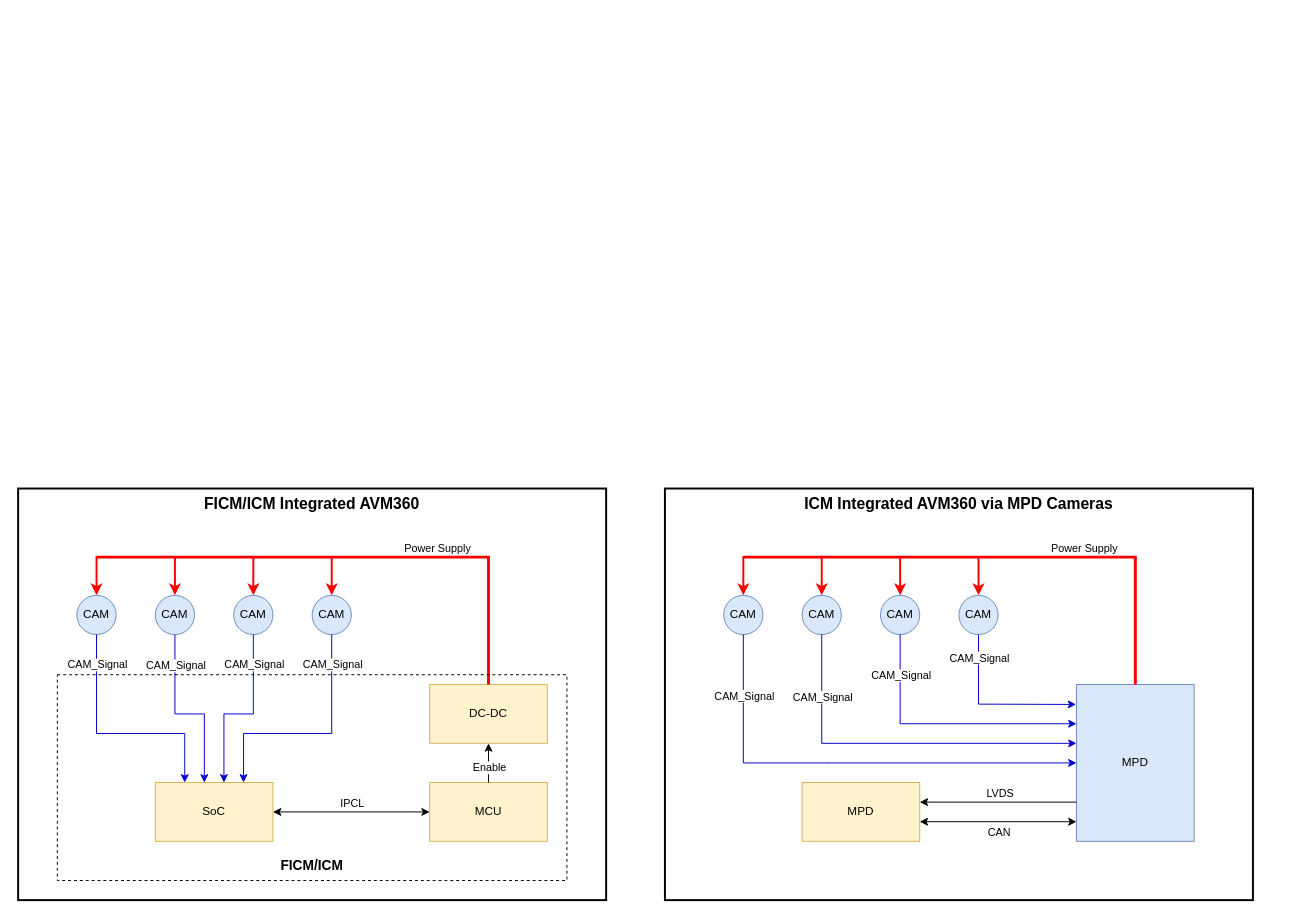
Earlier version of the draw.io diagram res/drawio/ic_avm_camera_pm_hw.drawio (luojun6/ic_jupyter_widgets). Source tidied: cells renumbered, new cells numbered last; positions are measured from the earlier drawing's top-left corner, leaving out a move shared by most shapes. Both pictures are drawn from the tidied source at 98%, with x=0, y=0 at pixel (18, 488).
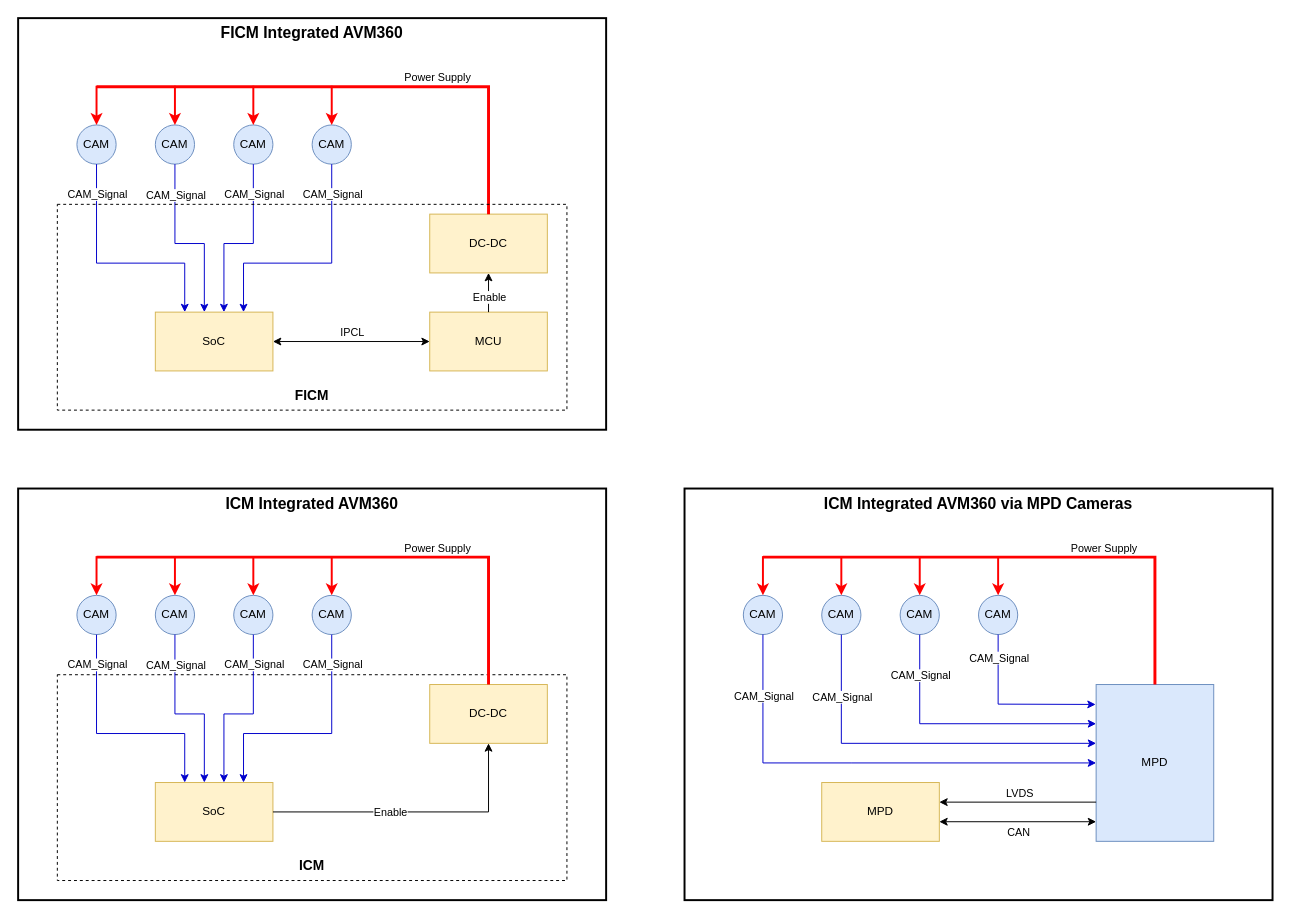
The same page after the edit.

Unchanged cells that the change refers to:
```xml
<mxCell id="4" value="SoC" style="rounded=0;whiteSpace=wrap;html=1;fillColor=#fff2cc;strokeColor=#d6b656;" parent="1" vertex="1">
  <mxGeometry x="140" y="300" width="120" height="60" as="geometry" />
</mxCell>
<mxCell id="6" value="DC-DC" style="rounded=0;whiteSpace=wrap;html=1;fillColor=#fff2cc;strokeColor=#d6b656;" parent="1" vertex="1">
  <mxGeometry x="420" y="200" width="120" height="60" as="geometry" />
</mxCell>
```

What changed in the source:
```diff
@@
+    <mxCell id="29" style="rounded=0;whiteSpace=wrap;html=1;fillColor=none;glass=0;dashed=1;" parent="1" vertex="1">
+      <mxGeometry x="40" y="190" width="520" height="210" as="geometry" />
+    </mxCell>
+    <mxCell id="31" value="ICM" style="text;strokeColor=none;align=center;fillColor=none;html=1;verticalAlign=middle;whiteSpace=wrap;rounded=0;strokeWidth=1;fontSize=14;fontStyle=1;" parent="1" vertex="1">
+      <mxGeometry x="40" y="370" width="520" height="30" as="geometry" />
+    </mxCell>
     <mxCell id="2" style="rounded=0;whiteSpace=wrap;html=1;fillColor=none;glass=0;strokeWidth=2;" parent="1" vertex="1">
-      <mxGeometry x="660" width="600" height="420" as="geometry" />
+      <mxGeometry x="680" width="600" height="420" as="geometry" />
     </mxCell>
@@
-    <mxCell id="5" value="MCU" style="rounded=0;whiteSpace=wrap;html=1;fillColor=#fff2cc;strokeColor=#d6b656;" parent="1" vertex="1">
-      <mxGeometry x="420" y="300" width="120" height="60" as="geometry" />
-    </mxCell>
@@
-    <mxCell id="11" style="endArrow=classic;html=1;rounded=0;exitX=0.5;exitY=0;exitDx=0;exitDy=0;entryX=0.5;entryY=1;entryDx=0;entryDy=0;" parent="1" edge="1" source="5" target="6">
-      <mxGeometry relative="1" as="geometry" />
+    <mxCell id="11" style="endArrow=classic;html=1;rounded=0;exitX=1;exitY=0.5;exitDx=0;exitDy=0;entryX=0.5;entryY=1;entryDx=0;entryDy=0;" parent="1" edge="1" source="4" target="6">
+      <mxGeometry relative="1" as="geometry">
+        <Array as="points">
+          <mxPoint x="480" y="330" />
+        </Array>
+      </mxGeometry>
     </mxCell>
     <mxCell id="12" value="Enable" style="edgeLabel;html=1;align=center;verticalAlign=middle;" parent="11" vertex="1">
       <mxGeometry x="-0.2" y="3" relative="1" as="geometry">
-        <mxPoint x="3" as="offset" />
+        <mxPoint x="3" y="3" as="offset" />
       </mxGeometry>
     </mxCell>
@@
-    <mxCell id="19" style="endArrow=classic;startArrow=classic;html=1;rounded=0;exitX=1;exitY=0.5;exitDx=0;exitDy=0;entryX=0;entryY=0.5;entryDx=0;entryDy=0;" parent="1" edge="1" source="4" target="5">
-      <mxGeometry relative="1" as="geometry" />
-    </mxCell>
-    <mxCell id="20" value="IPCL" style="edgeLabel;html=1;align=center;verticalAlign=middle;" parent="19" vertex="1">
-      <mxGeometry x="0.28" y="1" relative="1" as="geometry">
-        <mxPoint x="-22" y="-9" as="offset" />
-      </mxGeometry>
-    </mxCell>
@@
-    <mxCell id="29" style="rounded=0;whiteSpace=wrap;html=1;fillColor=none;glass=0;dashed=1;" parent="1" vertex="1">
-      <mxGeometry x="40" y="190" width="520" height="210" as="geometry" />
-    </mxCell>
-    <mxCell id="30" value="FICM/ICM Integrated AVM360" style="text;strokeColor=none;align=center;fillColor=none;html=1;verticalAlign=middle;whiteSpace=wrap;rounded=0;fontSize=16;fontStyle=1;" parent="1" vertex="1">
+    <mxCell id="30" value="ICM Integrated AVM360" style="text;strokeColor=none;align=center;fillColor=none;html=1;verticalAlign=middle;whiteSpace=wrap;rounded=0;fontSize=16;fontStyle=1;" parent="1" vertex="1">
       <mxGeometry width="600" height="30" as="geometry" />
     </mxCell>
-    <mxCell id="31" value="FICM/ICM" style="text;strokeColor=none;align=center;fillColor=none;html=1;verticalAlign=middle;whiteSpace=wrap;rounded=0;strokeWidth=1;fontSize=14;fontStyle=1;" parent="1" vertex="1">
-      <mxGeometry x="40" y="370" width="520" height="30" as="geometry" />
-    </mxCell>
     <mxCell id="32" value="MPD" style="rounded=0;whiteSpace=wrap;html=1;fillColor=#fff2cc;strokeColor=#d6b656;" parent="1" vertex="1">
-      <mxGeometry x="800" y="300" width="120" height="60" as="geometry" />
+      <mxGeometry x="820" y="300" width="120" height="60" as="geometry" />
     </mxCell>
     <mxCell id="33" value="MPD" style="rounded=0;whiteSpace=wrap;html=1;fillColor=#dae8fc;strokeColor=#6c8ebf;" parent="1" vertex="1">
-      <mxGeometry x="1080" y="200" width="120" height="160" as="geometry" />
+      <mxGeometry x="1100" y="200" width="120" height="160" as="geometry" />
     </mxCell>
     <mxCell id="34" value="CAM" style="ellipse;whiteSpace=wrap;html=1;fillColor=#dae8fc;strokeColor=#6c8ebf;" parent="1" vertex="1">
-      <mxGeometry x="960" y="109" width="40" height="40" as="geometry" />
+      <mxGeometry x="980" y="109" width="40" height="40" as="geometry" />
     </mxCell>
     <mxCell id="35" value="CAM" style="ellipse;whiteSpace=wrap;html=1;fillColor=#dae8fc;strokeColor=#6c8ebf;" parent="1" vertex="1">
-      <mxGeometry x="880" y="109" width="40" height="40" as="geometry" />
+      <mxGeometry x="900" y="109" width="40" height="40" as="geometry" />
     </mxCell>
     <mxCell id="36" value="CAM" style="ellipse;whiteSpace=wrap;html=1;fillColor=#dae8fc;strokeColor=#6c8ebf;" parent="1" vertex="1">
-      <mxGeometry x="800" y="109" width="40" height="40" as="geometry" />
+      <mxGeometry x="820" y="109" width="40" height="40" as="geometry" />
     </mxCell>
     <mxCell id="37" value="CAM" style="ellipse;whiteSpace=wrap;html=1;fillColor=#dae8fc;strokeColor=#6c8ebf;" parent="1" vertex="1">
-      <mxGeometry x="720" y="109" width="40" height="40" as="geometry" />
+      <mxGeometry x="740" y="109" width="40" height="40" as="geometry" />
     </mxCell>
     <mxCell id="38" style="endArrow=none;html=1;rounded=0;entryX=0.5;entryY=0;entryDx=0;entryDy=0;strokeColor=#FF0000;strokeWidth=3;" parent="1" edge="1" target="33">
       <mxGeometry relative="1" as="geometry">
-        <mxPoint x="740" y="70" as="sourcePoint" />
+        <mxPoint x="760" y="70" as="sourcePoint" />
         <Array as="points">
-          <mxPoint x="1140" y="70" />
+          <mxPoint x="1160" y="70" />
         </Array>
       </mxGeometry>
     </mxCell>
@@
     <mxCell id="40" style="endArrow=classic;html=1;rounded=0;entryX=0.5;entryY=0;entryDx=0;entryDy=0;strokeColor=#FF0000;strokeWidth=2;" parent="1" edge="1" target="37">
       <mxGeometry relative="1" as="geometry">
-        <mxPoint x="740" y="69" as="sourcePoint" />
+        <mxPoint x="760" y="69" as="sourcePoint" />
       </mxGeometry>
     </mxCell>
     <mxCell id="41" style="endArrow=classic;html=1;rounded=0;entryX=0.5;entryY=0;entryDx=0;entryDy=0;strokeColor=#FF0000;strokeWidth=2;" parent="1" edge="1">
       <mxGeometry relative="1" as="geometry">
-        <mxPoint x="820" y="69" as="sourcePoint" />
-        <mxPoint x="820" y="109" as="targetPoint" />
+        <mxPoint x="840" y="69" as="sourcePoint" />
+        <mxPoint x="840" y="109" as="targetPoint" />
       </mxGeometry>
     </mxCell>
     <mxCell id="42" style="endArrow=classic;html=1;rounded=0;entryX=0.5;entryY=0;entryDx=0;entryDy=0;strokeColor=#FF0000;strokeWidth=2;" parent="1" edge="1">
       <mxGeometry relative="1" as="geometry">
-        <mxPoint x="900" y="69" as="sourcePoint" />
-        <mxPoint x="900" y="109" as="targetPoint" />
+        <mxPoint x="920" y="69" as="sourcePoint" />
+        <mxPoint x="920" y="109" as="targetPoint" />
       </mxGeometry>
     </mxCell>
     <mxCell id="43" style="endArrow=classic;html=1;rounded=0;entryX=0.5;entryY=0;entryDx=0;entryDy=0;strokeColor=#FF0000;strokeWidth=2;" parent="1" edge="1">
       <mxGeometry relative="1" as="geometry">
-        <mxPoint x="980" y="69" as="sourcePoint" />
-        <mxPoint x="980" y="109" as="targetPoint" />
+        <mxPoint x="1000" y="69" as="sourcePoint" />
+        <mxPoint x="1000" y="109" as="targetPoint" />
       </mxGeometry>
     </mxCell>
     <mxCell id="44" style="endArrow=classic;startArrow=classic;html=1;rounded=0;exitX=1;exitY=0.5;exitDx=0;exitDy=0;entryX=0;entryY=0.5;entryDx=0;entryDy=0;" parent="1" edge="1">
       <mxGeometry relative="1" as="geometry">
-        <mxPoint x="920" y="340" as="sourcePoint" />
-        <mxPoint x="1080" y="340" as="targetPoint" />
+        <mxPoint x="940" y="340" as="sourcePoint" />
+        <mxPoint x="1100" y="340" as="targetPoint" />
       </mxGeometry>
     </mxCell>
@@
     <mxCell id="46" style="endArrow=classic;html=1;rounded=0;exitX=0.5;exitY=1;exitDx=0;exitDy=0;strokeColor=#0000CC;entryX=0;entryY=0.25;entryDx=0;entryDy=0;" parent="1" edge="1" source="35" target="33">
       <mxGeometry relative="1" as="geometry">
         <Array as="points">
-          <mxPoint x="900" y="240" />
+          <mxPoint x="920" y="240" />
         </Array>
       </mxGeometry>
     </mxCell>
@@
     <mxCell id="48" style="endArrow=classic;html=1;rounded=0;exitX=0.5;exitY=1;exitDx=0;exitDy=0;entryX=-0.004;entryY=0.127;entryDx=0;entryDy=0;strokeColor=#0000CC;entryPerimeter=0;" parent="1" edge="1" source="34" target="33">
       <mxGeometry relative="1" as="geometry">
         <Array as="points">
-          <mxPoint x="980" y="220" />
+          <mxPoint x="1000" y="220" />
         </Array>
       </mxGeometry>
     </mxCell>
@@
     <mxCell id="50" style="endArrow=classic;html=1;rounded=0;exitX=0.5;exitY=1;exitDx=0;exitDy=0;strokeColor=#0000CC;" parent="1" edge="1" source="36">
       <mxGeometry relative="1" as="geometry">
-        <mxPoint x="1080" y="260" as="targetPoint" />
+        <mxPoint x="1100" y="260" as="targetPoint" />
         <Array as="points">
-          <mxPoint x="820" y="260" />
+          <mxPoint x="840" y="260" />
         </Array>
       </mxGeometry>
     </mxCell>
@@
     <mxCell id="52" style="endArrow=classic;html=1;rounded=0;exitX=0.5;exitY=1;exitDx=0;exitDy=0;strokeColor=#0000CC;entryX=0;entryY=0.5;entryDx=0;entryDy=0;" parent="1" edge="1" source="37" target="33">
       <mxGeometry relative="1" as="geometry">
         <Array as="points">
-          <mxPoint x="740" y="280" />
-          <mxPoint x="830" y="280" />
+          <mxPoint x="760" y="280" />
+          <mxPoint x="850" y="280" />
         </Array>
       </mxGeometry>
     </mxCell>
@@
     <mxCell id="54" value="ICM Integrated AVM360 via MPD Cameras" style="text;strokeColor=none;align=center;fillColor=none;html=1;verticalAlign=middle;whiteSpace=wrap;rounded=0;fontSize=16;fontStyle=1;" parent="1" vertex="1">
-      <mxGeometry x="660" width="600" height="30" as="geometry" />
+      <mxGeometry x="680" width="600" height="30" as="geometry" />
     </mxCell>
     <mxCell id="55" style="endArrow=classic;html=1;rounded=0;exitX=0;exitY=0.75;exitDx=0;exitDy=0;" parent="1" edge="1" source="33">
       <mxGeometry relative="1" as="geometry">
-        <mxPoint x="920" y="320" as="targetPoint" />
+        <mxPoint x="940" y="320" as="targetPoint" />
       </mxGeometry>
     </mxCell>
@@
+    <mxCell id="57" style="rounded=0;whiteSpace=wrap;html=1;fillColor=none;glass=0;strokeWidth=2;" parent="1" vertex="1">
+      <mxGeometry y="-480" width="600" height="420" as="geometry" />
+    </mxCell>
+    <mxCell id="58" value="SoC" style="rounded=0;whiteSpace=wrap;html=1;fillColor=#fff2cc;strokeColor=#d6b656;" parent="1" vertex="1">
+      <mxGeometry x="140" y="-180" width="120" height="60" as="geometry" />
+    </mxCell>
+    <mxCell id="5" value="MCU" style="rounded=0;whiteSpace=wrap;html=1;fillColor=#fff2cc;strokeColor=#d6b656;" parent="1" vertex="1">
+      <mxGeometry x="420" y="-180" width="120" height="60" as="geometry" />
+    </mxCell>
+    <mxCell id="59" value="DC-DC" style="rounded=0;whiteSpace=wrap;html=1;fillColor=#fff2cc;strokeColor=#d6b656;" parent="1" vertex="1">
+      <mxGeometry x="420" y="-280" width="120" height="60" as="geometry" />
+    </mxCell>
+    <mxCell id="60" value="CAM" style="ellipse;whiteSpace=wrap;html=1;fillColor=#dae8fc;strokeColor=#6c8ebf;" parent="1" vertex="1">
+      <mxGeometry x="300" y="-371" width="40" height="40" as="geometry" />
+    </mxCell>
+    <mxCell id="61" value="CAM" style="ellipse;whiteSpace=wrap;html=1;fillColor=#dae8fc;strokeColor=#6c8ebf;" parent="1" vertex="1">
+      <mxGeometry x="220" y="-371" width="40" height="40" as="geometry" />
+    </mxCell>
+    <mxCell id="62" value="CAM" style="ellipse;whiteSpace=wrap;html=1;fillColor=#dae8fc;strokeColor=#6c8ebf;" parent="1" vertex="1">
+      <mxGeometry x="140" y="-371" width="40" height="40" as="geometry" />
+    </mxCell>
+    <mxCell id="63" value="CAM" style="ellipse;whiteSpace=wrap;html=1;fillColor=#dae8fc;strokeColor=#6c8ebf;" parent="1" vertex="1">
+      <mxGeometry x="60" y="-371" width="40" height="40" as="geometry" />
+    </mxCell>
+    <mxCell id="64" style="endArrow=classic;html=1;rounded=0;exitX=0.5;exitY=0;exitDx=0;exitDy=0;entryX=0.5;entryY=1;entryDx=0;entryDy=0;" parent="1" edge="1" source="5" target="59">
+      <mxGeometry relative="1" as="geometry" />
+    </mxCell>
+    <mxCell id="65" value="Enable" style="edgeLabel;html=1;align=center;verticalAlign=middle;" parent="64" vertex="1">
+      <mxGeometry x="-0.2" y="3" relative="1" as="geometry">
+        <mxPoint x="3" as="offset" />
+      </mxGeometry>
+    </mxCell>
+    <mxCell id="66" style="endArrow=none;html=1;rounded=0;entryX=0.5;entryY=0;entryDx=0;entryDy=0;strokeColor=#FF0000;strokeWidth=3;" parent="1" edge="1" target="59">
+      <mxGeometry relative="1" as="geometry">
+        <mxPoint x="80" y="-410" as="sourcePoint" />
+        <Array as="points">
+          <mxPoint x="480" y="-410" />
+        </Array>
+      </mxGeometry>
+    </mxCell>
+    <mxCell id="67" value="Power Supply" style="edgeLabel;html=1;align=center;verticalAlign=middle;" parent="66" vertex="1">
+      <mxGeometry x="0.32" y="4" relative="1" as="geometry">
+        <mxPoint x="-3" y="-6" as="offset" />
+      </mxGeometry>
+    </mxCell>
+    <mxCell id="68" style="endArrow=classic;html=1;rounded=0;entryX=0.5;entryY=0;entryDx=0;entryDy=0;strokeColor=#FF0000;strokeWidth=2;" parent="1" edge="1" target="63">
+      <mxGeometry relative="1" as="geometry">
+        <mxPoint x="80" y="-411" as="sourcePoint" />
+      </mxGeometry>
+    </mxCell>
+    <mxCell id="69" style="endArrow=classic;html=1;rounded=0;entryX=0.5;entryY=0;entryDx=0;entryDy=0;strokeColor=#FF0000;strokeWidth=2;" parent="1" edge="1">
+      <mxGeometry relative="1" as="geometry">
+        <mxPoint x="160" y="-411" as="sourcePoint" />
+        <mxPoint x="160" y="-371" as="targetPoint" />
+      </mxGeometry>
+    </mxCell>
+    <mxCell id="70" style="endArrow=classic;html=1;rounded=0;entryX=0.5;entryY=0;entryDx=0;entryDy=0;strokeColor=#FF0000;strokeWidth=2;" parent="1" edge="1">
+      <mxGeometry relative="1" as="geometry">
+        <mxPoint x="240" y="-411" as="sourcePoint" />
+        <mxPoint x="240" y="-371" as="targetPoint" />
+      </mxGeometry>
+    </mxCell>
+    <mxCell id="71" style="endArrow=classic;html=1;rounded=0;entryX=0.5;entryY=0;entryDx=0;entryDy=0;strokeColor=#FF0000;strokeWidth=2;" parent="1" edge="1">
+      <mxGeometry relative="1" as="geometry">
+        <mxPoint x="320" y="-411" as="sourcePoint" />
+        <mxPoint x="320" y="-371" as="targetPoint" />
+      </mxGeometry>
+    </mxCell>
+    <mxCell id="72" style="endArrow=classic;startArrow=classic;html=1;rounded=0;exitX=1;exitY=0.5;exitDx=0;exitDy=0;entryX=0;entryY=0.5;entryDx=0;entryDy=0;" parent="1" edge="1" source="58" target="5">
+      <mxGeometry relative="1" as="geometry" />
+    </mxCell>
+    <mxCell id="20" value="IPCL" style="edgeLabel;html=1;align=center;verticalAlign=middle;" parent="72" vertex="1">
+      <mxGeometry x="0.28" y="1" relative="1" as="geometry">
+        <mxPoint x="-22" y="-9" as="offset" />
+      </mxGeometry>
+    </mxCell>
+    <mxCell id="73" style="endArrow=classic;html=1;rounded=0;exitX=0.5;exitY=1;exitDx=0;exitDy=0;strokeColor=#0000CC;" parent="1" edge="1" source="61">
+      <mxGeometry relative="1" as="geometry">
+        <mxPoint x="210" y="-180" as="targetPoint" />
+        <Array as="points">
+          <mxPoint x="240" y="-250" />
+          <mxPoint x="210" y="-250" />
+        </Array>
+      </mxGeometry>
+    </mxCell>
+    <mxCell id="74" value="CAM_Signal" style="edgeLabel;html=1;align=center;verticalAlign=middle;" parent="73" vertex="1">
+      <mxGeometry x="-0.75" relative="1" as="geometry">
+        <mxPoint y="7" as="offset" />
+      </mxGeometry>
+    </mxCell>
+    <mxCell id="75" style="endArrow=classic;html=1;rounded=0;exitX=0.5;exitY=1;exitDx=0;exitDy=0;entryX=0.75;entryY=0;entryDx=0;entryDy=0;strokeColor=#0000CC;" parent="1" edge="1" source="60" target="58">
+      <mxGeometry relative="1" as="geometry">
+        <Array as="points">
+          <mxPoint x="320" y="-230" />
+          <mxPoint x="230" y="-230" />
+        </Array>
+      </mxGeometry>
+    </mxCell>
+    <mxCell id="76" value="CAM_Signal" style="edgeLabel;html=1;align=center;verticalAlign=middle;" parent="75" vertex="1">
+      <mxGeometry x="-0.79" y="-1" relative="1" as="geometry">
+        <mxPoint x="1" y="5" as="offset" />
+      </mxGeometry>
+    </mxCell>
+    <mxCell id="77" style="endArrow=classic;html=1;rounded=0;exitX=0.5;exitY=1;exitDx=0;exitDy=0;strokeColor=#0000CC;" parent="1" edge="1" source="62">
+      <mxGeometry relative="1" as="geometry">
+        <mxPoint x="190" y="-180" as="targetPoint" />
+        <Array as="points">
+          <mxPoint x="160" y="-250" />
+          <mxPoint x="190" y="-250" />
+        </Array>
+      </mxGeometry>
+    </mxCell>
+    <mxCell id="78" value="CAM_Signal" style="edgeLabel;html=1;align=center;verticalAlign=middle;" parent="77" vertex="1">
+      <mxGeometry x="-0.66" relative="1" as="geometry" />
+    </mxCell>
+    <mxCell id="79" style="endArrow=classic;html=1;rounded=0;exitX=0.5;exitY=1;exitDx=0;exitDy=0;strokeColor=#0000CC;entryX=0.25;entryY=0;entryDx=0;entryDy=0;" parent="1" edge="1" source="63" target="58">
+      <mxGeometry relative="1" as="geometry">
+        <Array as="points">
+          <mxPoint x="80" y="-230" />
+          <mxPoint x="170" y="-230" />
+        </Array>
+      </mxGeometry>
+    </mxCell>
+    <mxCell id="80" value="CAM_Signal" style="edgeLabel;html=1;align=center;verticalAlign=middle;" parent="79" vertex="1">
+      <mxGeometry x="-0.72" y="1" relative="1" as="geometry">
+        <mxPoint x="-1" y="-4" as="offset" />
+      </mxGeometry>
+    </mxCell>
+    <mxCell id="81" style="rounded=0;whiteSpace=wrap;html=1;fillColor=none;glass=0;dashed=1;" parent="1" vertex="1">
+      <mxGeometry x="40" y="-290" width="520" height="210" as="geometry" />
+    </mxCell>
+    <mxCell id="82" value="FICM Integrated AVM360" style="text;strokeColor=none;align=center;fillColor=none;html=1;verticalAlign=middle;whiteSpace=wrap;rounded=0;fontSize=16;fontStyle=1;" parent="1" vertex="1">
+      <mxGeometry y="-480" width="600" height="30" as="geometry" />
+    </mxCell>
+    <mxCell id="83" value="FICM" style="text;strokeColor=none;align=center;fillColor=none;html=1;verticalAlign=middle;whiteSpace=wrap;rounded=0;strokeWidth=1;fontSize=14;fontStyle=1;" parent="1" vertex="1">
+      <mxGeometry x="40" y="-110" width="520" height="30" as="geometry" />
+    </mxCell>
```
